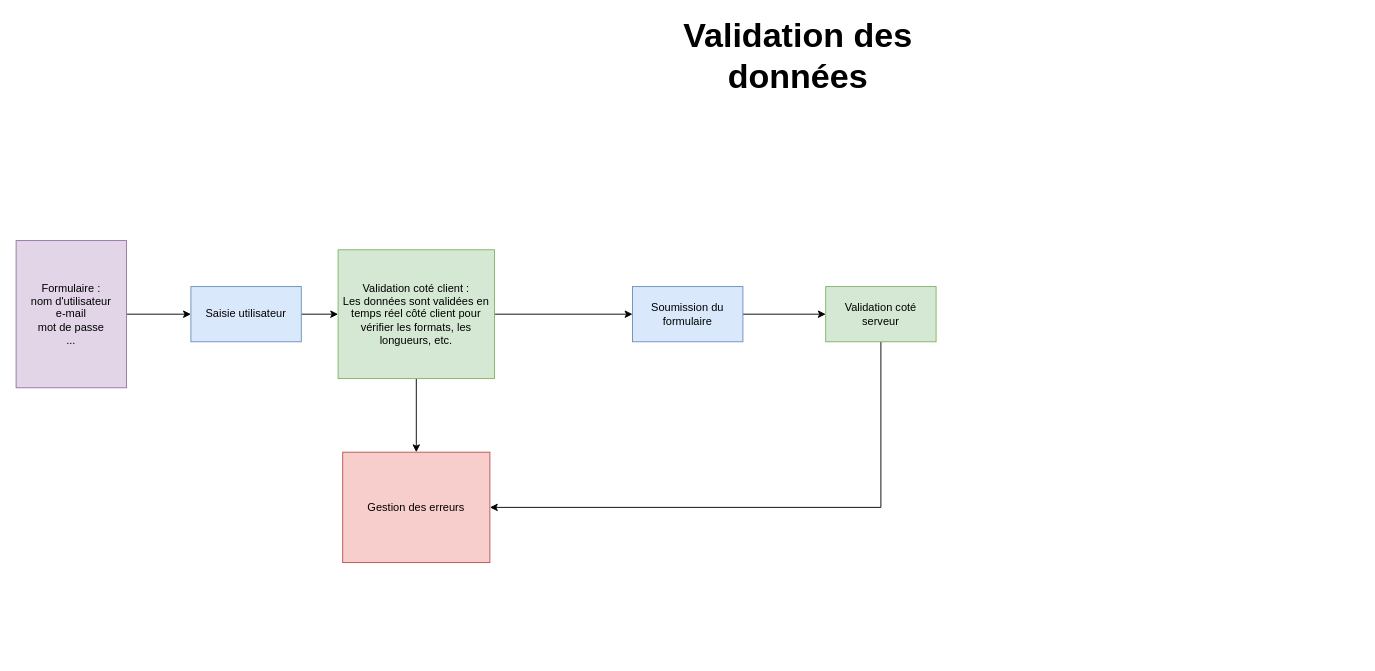
LucasCDA90/Projet-individuel keeps this draw.io diagram as validation des données.drawio. Above is the earlier version. Source tidied: cells renumbered, new cells numbered last; positions are measured from the earlier drawing's top-left corner, leaving out a move shared by most shapes. Both pictures are drawn from the tidied source at 92%, with x=0, y=0 at pixel (16, 29).
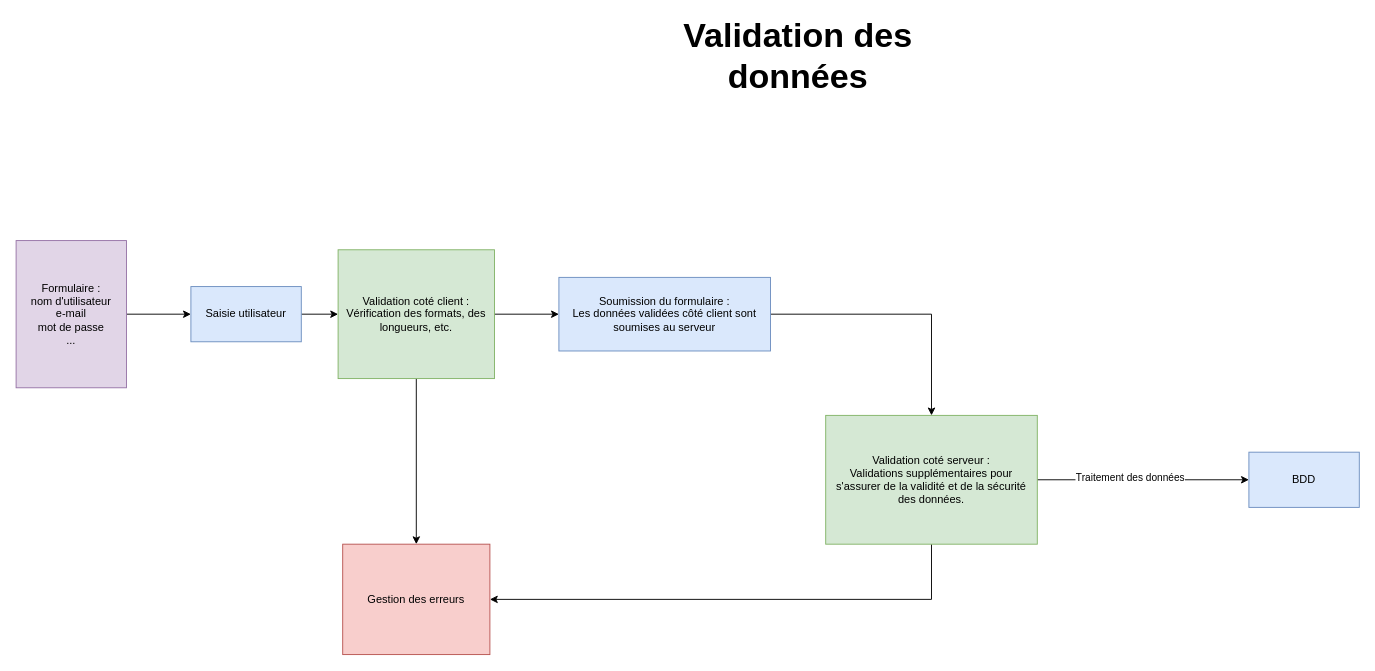
Above is the later version.

Commit message:
Ajout détails

Diff of the diagram source:
```diff
@@
 <mxGraphModel>
   <root>
     <mxCell id="0" />
     <mxCell id="1" parent="0" />
     <mxCell id="2" style="edgeStyle=orthogonalEdgeStyle;rounded=0;jettySize=auto;html=1;exitX=1;exitY=0.5;exitDx=0;exitDy=0;entryX=0;entryY=0.5;entryDx=0;entryDy=0;" parent="1" edge="1" source="3" target="9">
       <mxGeometry relative="1" as="geometry" />
     </mxCell>
     <mxCell id="3" value="Saisie utilisateur" style="rounded=0;whiteSpace=wrap;html=1;fillColor=#dae8fc;strokeColor=#6c8ebf;" parent="1" vertex="1">
       <mxGeometry x="190" y="280" width="120" height="60" as="geometry" />
     </mxCell>
     <mxCell id="4" value="Validation des données" style="text;html=1;align=center;verticalAlign=middle;whiteSpace=wrap;rounded=0;fontSize=37;fontStyle=1;" parent="1" vertex="1">
       <mxGeometry x="670" width="360" height="60" as="geometry" />
     </mxCell>
     <mxCell id="5" style="edgeStyle=orthogonalEdgeStyle;rounded=0;jettySize=auto;html=1;exitX=1;exitY=0.5;exitDx=0;exitDy=0;entryX=0;entryY=0.5;entryDx=0;entryDy=0;" parent="1" edge="1" source="6" target="3">
       <mxGeometry relative="1" as="geometry" />
     </mxCell>
     <mxCell id="6" value="&lt;div&gt;Formulaire :&lt;/div&gt;&lt;div&gt;nom d'utilisateur&lt;/div&gt;&lt;div&gt;e-mail&lt;/div&gt;&lt;div&gt;mot de passe&lt;/div&gt;&lt;div&gt;...&lt;br&gt;&lt;/div&gt;" style="rounded=0;whiteSpace=wrap;html=1;fillColor=#e1d5e7;strokeColor=#9673a6;" parent="1" vertex="1">
       <mxGeometry y="230" width="120" height="160" as="geometry" />
     </mxCell>
     <mxCell id="7" style="edgeStyle=orthogonalEdgeStyle;rounded=0;jettySize=auto;html=1;exitX=0.5;exitY=1;exitDx=0;exitDy=0;entryX=0.5;entryY=0;entryDx=0;entryDy=0;" parent="1" edge="1" source="9" target="10">
       <mxGeometry relative="1" as="geometry" />
     </mxCell>
     <mxCell id="8" style="edgeStyle=orthogonalEdgeStyle;rounded=0;jettySize=auto;html=1;exitX=1;exitY=0.5;exitDx=0;exitDy=0;entryX=0;entryY=0.5;entryDx=0;entryDy=0;" parent="1" edge="1" source="9" target="14">
       <mxGeometry relative="1" as="geometry" />
     </mxCell>
-    <mxCell id="9" value="&lt;div&gt;Validation coté client :&lt;/div&gt;&lt;div&gt;Les données sont validées en temps réel côté client pour vérifier les formats, les longueurs, etc.&lt;/div&gt;" style="rounded=0;whiteSpace=wrap;html=1;fillColor=#d5e8d4;strokeColor=#82b366;" parent="1" vertex="1">
+    <mxCell id="9" value="&lt;div&gt;Validation coté client :&lt;/div&gt;&lt;div&gt;Vérification des formats, des longueurs, etc.&lt;/div&gt;" style="rounded=0;whiteSpace=wrap;html=1;fillColor=#d5e8d4;strokeColor=#82b366;" parent="1" vertex="1">
       <mxGeometry x="350" y="240" width="170" height="140" as="geometry" />
     </mxCell>
     <mxCell id="10" value="Gestion des erreurs" style="rounded=0;whiteSpace=wrap;html=1;fillColor=#f8cecc;strokeColor=#b85450;" parent="1" vertex="1">
-      <mxGeometry x="355" y="460" width="160" height="120" as="geometry" />
+      <mxGeometry x="355" y="560" width="160" height="120" as="geometry" />
     </mxCell>
     <mxCell id="11" style="edgeStyle=orthogonalEdgeStyle;rounded=0;jettySize=auto;html=1;exitX=0.5;exitY=1;exitDx=0;exitDy=0;entryX=1;entryY=0.5;entryDx=0;entryDy=0;" parent="1" edge="1" source="12" target="10">
       <mxGeometry relative="1" as="geometry" />
     </mxCell>
+    <mxCell id="15" style="edgeStyle=orthogonalEdgeStyle;rounded=0;jettySize=auto;html=1;exitX=1;exitY=0.5;exitDx=0;exitDy=0;" parent="1" edge="1" source="12" target="17">
+      <mxGeometry relative="1" as="geometry" />
+    </mxCell>
+    <mxCell id="16" value="Traitement des données" style="edgeLabel;html=1;align=center;verticalAlign=middle;" parent="15" vertex="1">
+      <mxGeometry x="-0.13" y="3" relative="1" as="geometry" />
+    </mxCell>
-    <mxCell id="12" value="Validation coté serveur" style="rounded=0;whiteSpace=wrap;html=1;fillColor=#d5e8d4;strokeColor=#82b366;" parent="1" vertex="1">
-      <mxGeometry x="880" y="280" width="120" height="60" as="geometry" />
+    <mxCell id="12" value="&lt;div&gt;Validation coté serveur :&lt;/div&gt;&lt;div&gt;Validations supplémentaires pour s'assurer de la validité et de la sécurité des données.&lt;/div&gt;" style="rounded=0;whiteSpace=wrap;html=1;fillColor=#d5e8d4;strokeColor=#82b366;" parent="1" vertex="1">
+      <mxGeometry x="880" y="420" width="230" height="140" as="geometry" />
     </mxCell>
-    <mxCell id="13" style="edgeStyle=orthogonalEdgeStyle;rounded=0;jettySize=auto;html=1;exitX=1;exitY=0.5;exitDx=0;exitDy=0;entryX=0;entryY=0.5;entryDx=0;entryDy=0;" parent="1" edge="1" source="14" target="12">
+    <mxCell id="13" style="edgeStyle=orthogonalEdgeStyle;rounded=0;jettySize=auto;html=1;exitX=1;exitY=0.5;exitDx=0;exitDy=0;" parent="1" edge="1" source="14" target="12">
       <mxGeometry relative="1" as="geometry" />
     </mxCell>
-    <mxCell id="14" value="Soumission du formulaire" style="rounded=0;whiteSpace=wrap;html=1;fillColor=#dae8fc;strokeColor=#6c8ebf;" parent="1" vertex="1">
-      <mxGeometry x="670" y="280" width="120" height="60" as="geometry" />
+    <mxCell id="14" value="&lt;div&gt;Soumission du formulaire :&lt;/div&gt;&lt;div&gt;Les données validées côté client sont soumises au serveur&lt;/div&gt;" style="rounded=0;whiteSpace=wrap;html=1;fillColor=#dae8fc;strokeColor=#6c8ebf;" parent="1" vertex="1">
+      <mxGeometry x="590" y="270" width="230" height="80" as="geometry" />
     </mxCell>
+    <mxCell id="17" value="BDD" style="rounded=0;whiteSpace=wrap;html=1;fillColor=#dae8fc;strokeColor=#6c8ebf;" parent="1" vertex="1">
+      <mxGeometry x="1340" y="460" width="120" height="60" as="geometry" />
+    </mxCell>
   </root>
 </mxGraphModel>
```
